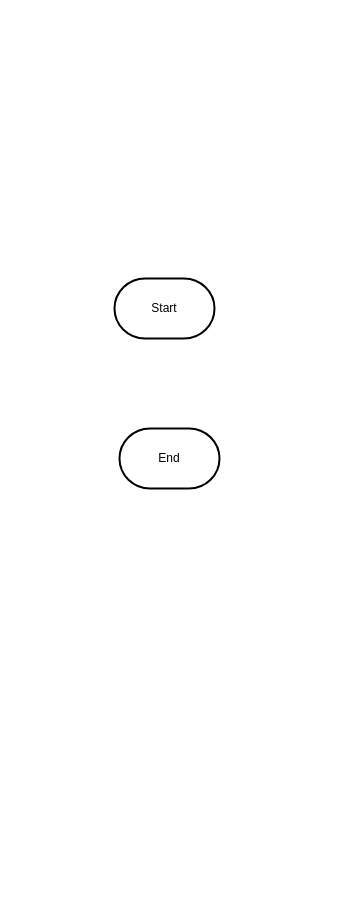
Before: L.3/sentinel-1.drawio in PatcharaphonKoosomsarp/Compro_1, a draw.io diagram. Source tidied: cells renumbered, new cells numbered last; positions are measured from the earlier drawing's top-left corner, leaving out a move shared by most shapes. Both pictures are drawn from the tidied source at 100%, with x=0, y=0 at pixel (114, 278).
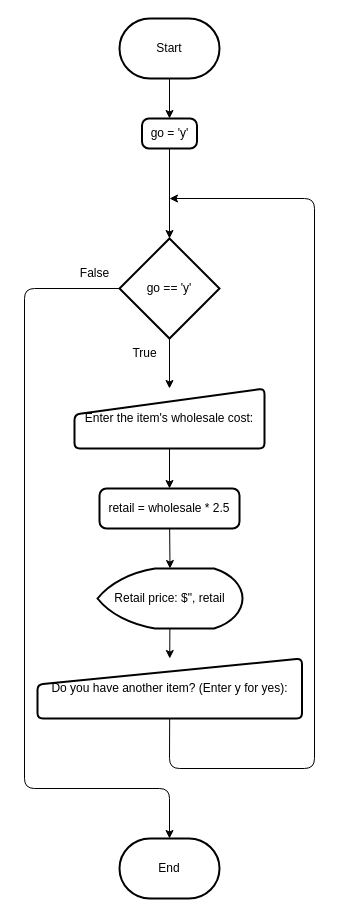
The same diagram, later.

What changed in the source:
```diff
@@
+    <mxCell id="4" style="edgeStyle=none;html=1;entryX=0.5;entryY=0;entryDx=0;entryDy=0;" parent="1" edge="1" source="2" target="6">
+      <mxGeometry relative="1" as="geometry" />
+    </mxCell>
     <mxCell id="2" value="Start" style="strokeWidth=2;html=1;shape=mxgraph.flowchart.terminator;whiteSpace=wrap;" parent="1" vertex="1">
-      <mxGeometry width="100" height="60" as="geometry" />
+      <mxGeometry x="5" y="-260" width="100" height="60" as="geometry" />
     </mxCell>
     <mxCell id="3" value="End" style="strokeWidth=2;html=1;shape=mxgraph.flowchart.terminator;whiteSpace=wrap;" parent="1" vertex="1">
-      <mxGeometry x="5" y="150" width="100" height="60" as="geometry" />
+      <mxGeometry x="5" y="560" width="100" height="60" as="geometry" />
     </mxCell>
+    <mxCell id="5" style="edgeStyle=none;html=1;entryX=0.5;entryY=0;entryDx=0;entryDy=0;entryPerimeter=0;" parent="1" edge="1" source="6" target="9">
+      <mxGeometry relative="1" as="geometry" />
+    </mxCell>
+    <mxCell id="6" value="go = 'y'" style="rounded=1;whiteSpace=wrap;html=1;absoluteArcSize=1;arcSize=14;strokeWidth=2;" parent="1" vertex="1">
+      <mxGeometry x="27.5" y="-160" width="55" height="30" as="geometry" />
+    </mxCell>
+    <mxCell id="7" style="edgeStyle=none;html=1;entryX=0.5;entryY=0;entryDx=0;entryDy=0;" parent="1" edge="1" source="9" target="11">
+      <mxGeometry relative="1" as="geometry" />
+    </mxCell>
+    <mxCell id="8" style="edgeStyle=none;html=1;entryX=0.5;entryY=0;entryDx=0;entryDy=0;entryPerimeter=0;" parent="1" edge="1" source="9" target="3">
+      <mxGeometry relative="1" as="geometry">
+        <Array as="points">
+          <mxPoint x="-90" y="10" />
+          <mxPoint x="-90" y="510" />
+          <mxPoint x="55" y="510" />
+        </Array>
+      </mxGeometry>
+    </mxCell>
+    <mxCell id="9" value="go == 'y'" style="strokeWidth=2;html=1;shape=mxgraph.flowchart.decision;whiteSpace=wrap;" parent="1" vertex="1">
+      <mxGeometry x="5" y="-40" width="100" height="100" as="geometry" />
+    </mxCell>
+    <mxCell id="10" style="edgeStyle=none;html=1;entryX=0.5;entryY=0;entryDx=0;entryDy=0;" parent="1" edge="1" source="11" target="13">
+      <mxGeometry relative="1" as="geometry" />
+    </mxCell>
+    <mxCell id="11" value="Enter the item's wholesale cost:" style="html=1;strokeWidth=2;shape=manualInput;whiteSpace=wrap;rounded=1;size=26;arcSize=11;" parent="1" vertex="1">
+      <mxGeometry x="-40" y="110" width="190" height="60" as="geometry" />
+    </mxCell>
+    <mxCell id="12" style="edgeStyle=none;html=1;entryX=0.5;entryY=0;entryDx=0;entryDy=0;entryPerimeter=0;" parent="1" edge="1" source="13" target="15">
+      <mxGeometry relative="1" as="geometry" />
+    </mxCell>
+    <mxCell id="13" value="retail = wholesale * 2.5" style="rounded=1;whiteSpace=wrap;html=1;absoluteArcSize=1;arcSize=14;strokeWidth=2;" parent="1" vertex="1">
+      <mxGeometry x="-15" y="210" width="140" height="40" as="geometry" />
+    </mxCell>
+    <mxCell id="14" style="edgeStyle=none;html=1;entryX=0.5;entryY=0;entryDx=0;entryDy=0;" parent="1" edge="1" source="15" target="17">
+      <mxGeometry relative="1" as="geometry" />
+    </mxCell>
+    <mxCell id="15" value="Retail price: $&quot;, retail" style="strokeWidth=2;html=1;shape=mxgraph.flowchart.display;whiteSpace=wrap;" parent="1" vertex="1">
+      <mxGeometry x="-17" y="290" width="145" height="60" as="geometry" />
+    </mxCell>
+    <mxCell id="16" style="edgeStyle=none;html=1;" parent="1" edge="1" source="17">
+      <mxGeometry relative="1" as="geometry">
+        <mxPoint x="55" y="-80" as="targetPoint" />
+        <Array as="points">
+          <mxPoint x="55" y="490" />
+          <mxPoint x="200" y="490" />
+          <mxPoint x="200" y="-80" />
+        </Array>
+      </mxGeometry>
+    </mxCell>
+    <mxCell id="17" value="Do you have another item? (Enter y for yes):" style="html=1;strokeWidth=2;shape=manualInput;whiteSpace=wrap;rounded=1;size=26;arcSize=11;" parent="1" vertex="1">
+      <mxGeometry x="-77" y="380" width="264.5" height="60" as="geometry" />
+    </mxCell>
+    <mxCell id="18" value="True" style="text;html=1;align=center;verticalAlign=middle;strokeColor=none;fillColor=none;" parent="1" vertex="1">
+      <mxGeometry x="5" y="60" width="50" height="30" as="geometry" />
+    </mxCell>
+    <mxCell id="19" value="False" style="text;html=1;align=center;verticalAlign=middle;strokeColor=none;fillColor=none;" parent="1" vertex="1">
+      <mxGeometry x="-45" y="-20" width="50" height="30" as="geometry" />
+    </mxCell>
```
